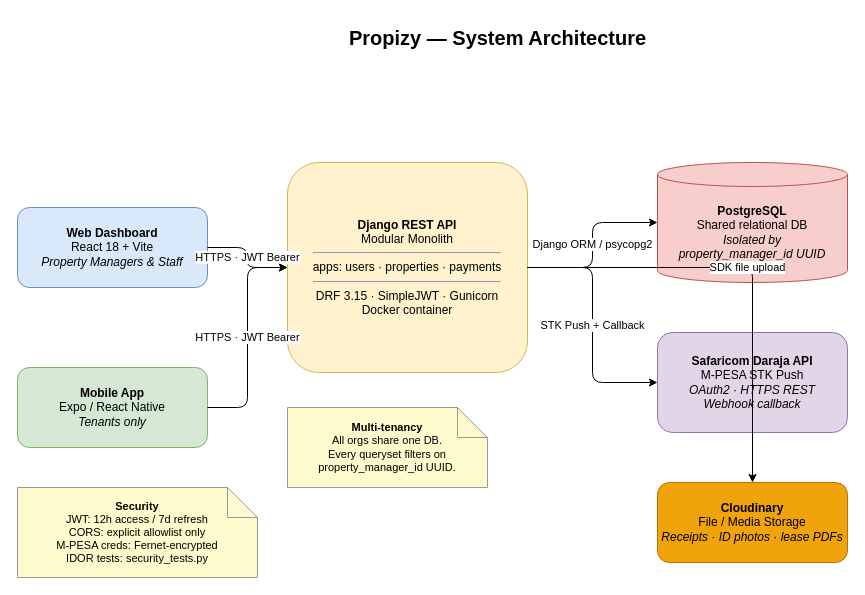
Earlier version of the draw.io diagram page "System Architecture" (1 of 5) of docs/propizy_diagrams.drawio (rufoabrahamguyo/multitenant-management-system-). Source tidied: cells renumbered, new cells numbered last; positions are measured from the earlier drawing's top-left corner, leaving out a move shared by most shapes. Both pictures are drawn from the tidied source at 100%, with x=0, y=0 at pixel (17, 17).
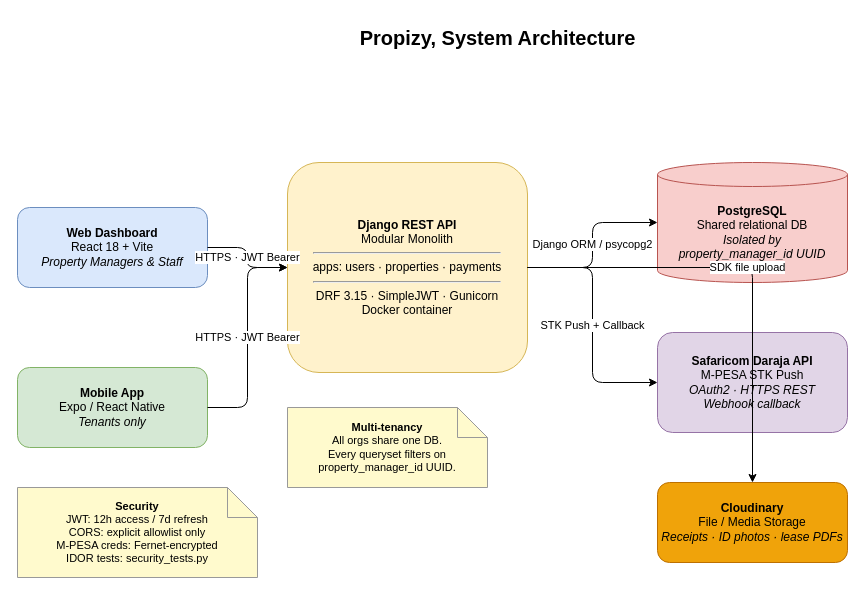
Above is the later version.

What changed in the source:
```diff
@@
 <mxGraphModel>
   <root>
     <mxCell id="0" />
     <mxCell id="1" parent="0" />
-    <mxCell id="2" value="Propizy — System Architecture" style="text;html=1;strokeColor=none;fillColor=none;align=center;verticalAlign=middle;fontSize=20;fontStyle=1;" parent="1" vertex="1">
+    <mxCell id="2" value="Propizy, System Architecture" style="text;html=1;strokeColor=none;fillColor=none;align=center;verticalAlign=middle;fontSize=20;fontStyle=1;" parent="1" vertex="1">
       <mxGeometry x="230" width="500" height="40" as="geometry" />
     </mxCell>
     <mxCell id="3" value="&lt;b&gt;Web Dashboard&lt;/b&gt;&lt;br/&gt;React 18 + Vite&lt;br/&gt;&lt;i&gt;Property Managers &amp; Staff&lt;/i&gt;" style="rounded=1;whiteSpace=wrap;html=1;fillColor=#dae8fc;strokeColor=#6c8ebf;fontSize=12;verticalAlign=middle;" parent="1" vertex="1">
       <mxGeometry y="190" width="190" height="80" as="geometry" />
     </mxCell>
     <mxCell id="4" value="&lt;b&gt;Mobile App&lt;/b&gt;&lt;br/&gt;Expo / React Native&lt;br/&gt;&lt;i&gt;Tenants only&lt;/i&gt;" style="rounded=1;whiteSpace=wrap;html=1;fillColor=#d5e8d4;strokeColor=#82b366;fontSize=12;verticalAlign=middle;" parent="1" vertex="1">
       <mxGeometry y="350" width="190" height="80" as="geometry" />
     </mxCell>
     <mxCell id="5" value="&lt;b&gt;Django REST API&lt;/b&gt;&lt;br/&gt;Modular Monolith&lt;hr/&gt;apps:  users  ·  properties  ·  payments&lt;hr/&gt;DRF 3.15  ·  SimpleJWT  ·  Gunicorn&lt;br/&gt;Docker container" style="rounded=1;whiteSpace=wrap;html=1;fillColor=#fff2cc;strokeColor=#d6b656;fontSize=12;verticalAlign=middle;" parent="1" vertex="1">
       <mxGeometry x="270" y="145" width="240" height="210" as="geometry" />
     </mxCell>
     <mxCell id="6" value="&lt;b&gt;PostgreSQL&lt;/b&gt;&lt;br/&gt;Shared relational DB&lt;br/&gt;&lt;i&gt;Isolated by&lt;br/&gt;property_manager_id UUID&lt;/i&gt;" style="shape=cylinder3;whiteSpace=wrap;html=1;boundedLbl=1;backgroundOutline=1;size=12;fillColor=#f8cecc;strokeColor=#b85450;fontSize=12;" parent="1" vertex="1">
       <mxGeometry x="640" y="145" width="190" height="120" as="geometry" />
     </mxCell>
     <mxCell id="7" value="&lt;b&gt;Safaricom Daraja API&lt;/b&gt;&lt;br/&gt;M-PESA STK Push&lt;br/&gt;&lt;i&gt;OAuth2  ·  HTTPS REST&lt;br/&gt;Webhook callback&lt;/i&gt;" style="rounded=1;whiteSpace=wrap;html=1;fillColor=#e1d5e7;strokeColor=#9673a6;fontSize=12;" parent="1" vertex="1">
       <mxGeometry x="640" y="315" width="190" height="100" as="geometry" />
     </mxCell>
     <mxCell id="8" value="&lt;b&gt;Cloudinary&lt;/b&gt;&lt;br/&gt;File / Media Storage&lt;br/&gt;&lt;i&gt;Receipts  ·  ID photos  ·  lease PDFs&lt;/i&gt;" style="rounded=1;whiteSpace=wrap;html=1;fillColor=#f0a30a;fontColor=#000000;strokeColor=#BD7000;fontSize=12;" parent="1" vertex="1">
       <mxGeometry x="640" y="465" width="190" height="80" as="geometry" />
     </mxCell>
     <mxCell id="9" value="HTTPS · JWT Bearer" style="edgeStyle=orthogonalEdgeStyle;html=1;fontSize=11;" parent="1" edge="1" source="3" target="5">
       <mxGeometry relative="1" as="geometry" />
     </mxCell>
     <mxCell id="10" value="HTTPS · JWT Bearer" style="edgeStyle=orthogonalEdgeStyle;html=1;fontSize=11;" parent="1" edge="1" source="4" target="5">
       <mxGeometry relative="1" as="geometry" />
     </mxCell>
     <mxCell id="11" value="Django ORM / psycopg2" style="edgeStyle=orthogonalEdgeStyle;html=1;fontSize=11;" parent="1" edge="1" source="5" target="6">
       <mxGeometry relative="1" as="geometry" />
     </mxCell>
     <mxCell id="12" value="STK Push + Callback" style="edgeStyle=orthogonalEdgeStyle;html=1;fontSize=11;" parent="1" edge="1" source="5" target="7">
       <mxGeometry relative="1" as="geometry" />
     </mxCell>
     <mxCell id="13" value="SDK file upload" style="edgeStyle=orthogonalEdgeStyle;html=1;fontSize=11;" parent="1" edge="1" source="5" target="8">
       <mxGeometry relative="1" as="geometry" />
     </mxCell>
     <mxCell id="14" value="&lt;b&gt;Security&lt;/b&gt;&lt;br/&gt;JWT: 12h access / 7d refresh&lt;br/&gt;CORS: explicit allowlist only&lt;br/&gt;M-PESA creds: Fernet-encrypted&lt;br/&gt;IDOR tests: security_tests.py" style="shape=note;whiteSpace=wrap;html=1;backgroundOutline=1;fontSize=11;fillColor=#fffacd;strokeColor=#999;" parent="1" vertex="1">
       <mxGeometry y="470" width="240" height="90" as="geometry" />
     </mxCell>
     <mxCell id="15" value="&lt;b&gt;Multi-tenancy&lt;/b&gt;&lt;br/&gt;All orgs share one DB.&lt;br/&gt;Every queryset filters on&lt;br/&gt;property_manager_id UUID." style="shape=note;whiteSpace=wrap;html=1;backgroundOutline=1;fontSize=11;fillColor=#fffacd;strokeColor=#999;" parent="1" vertex="1">
       <mxGeometry x="270" y="390" width="200" height="80" as="geometry" />
     </mxCell>
   </root>
 </mxGraphModel>
```
